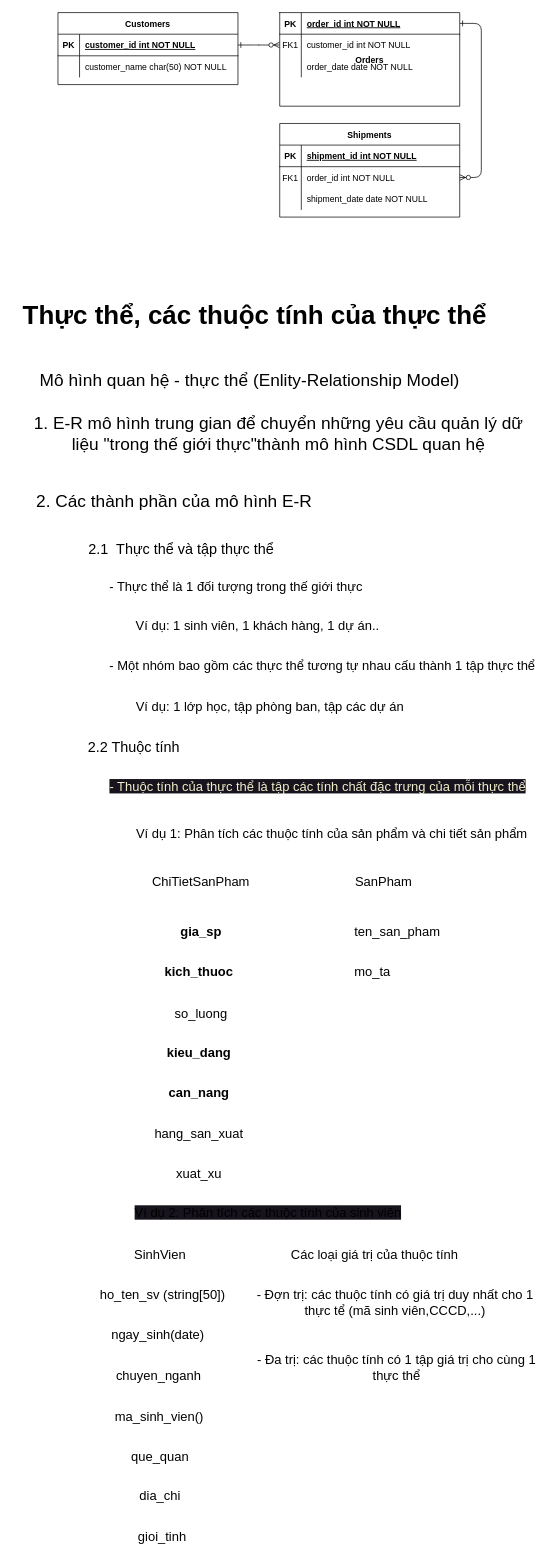
The draw.io diagram Buoi1.drawio in tuannguyen-1309/Draw, before the edit. Source tidied: cells renumbered, new cells numbered last; positions are measured from the earlier drawing's top-left corner, leaving out a move shared by most shapes. Both pictures are drawn from the tidied source at 72%, with x=0, y=0 at pixel (12, 12).
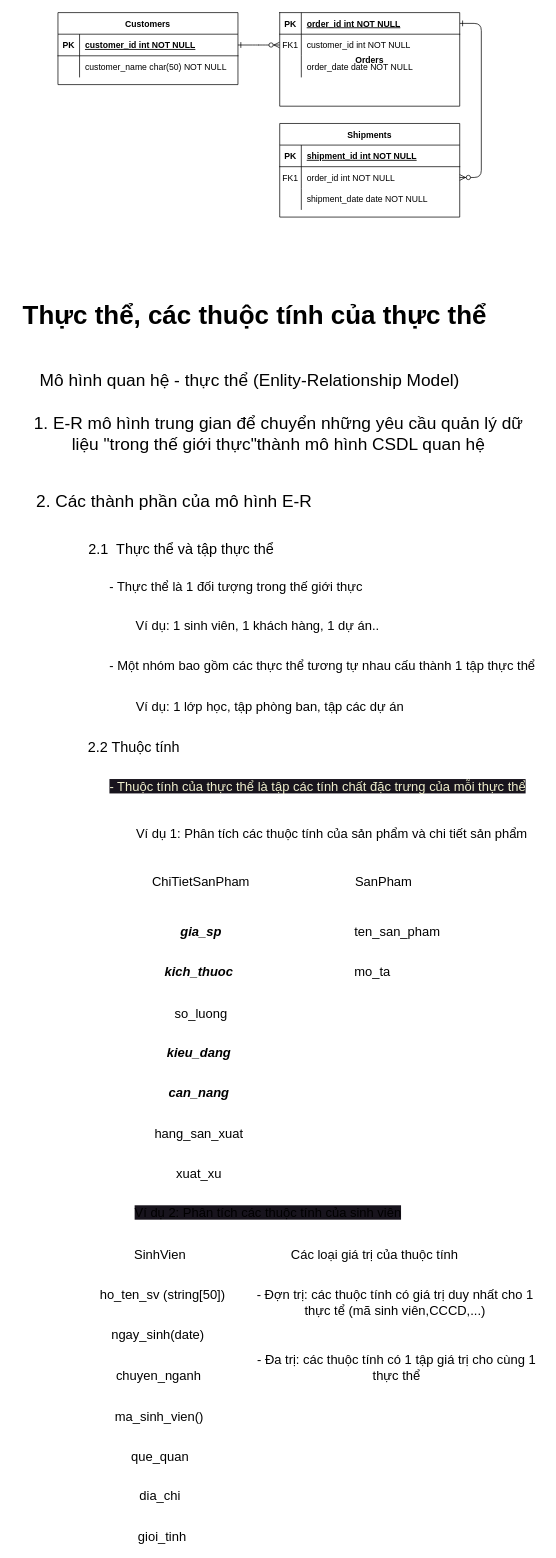
The same page after the edit.

What changed in the source:
```diff
@@
-    <mxCell id="45" value="&lt;div style=&quot;&quot;&gt;&lt;span style=&quot;background-color: initial; font-size: 18px;&quot;&gt;gia_sp&lt;/span&gt;&lt;/div&gt;" style="text;whiteSpace=wrap;html=1;fontStyle=1;align=center;" parent="1" vertex="1">
+    <mxCell id="45" value="&lt;div style=&quot;&quot;&gt;&lt;span style=&quot;background-color: initial; font-size: 18px;&quot;&gt;gia_sp&lt;/span&gt;&lt;/div&gt;" style="text;whiteSpace=wrap;html=1;fontStyle=3;align=center;" parent="1" vertex="1">
       <mxGeometry x="192" y="1260" width="140" height="42" as="geometry" />
     </mxCell>
@@
-    <mxCell id="47" value="&lt;div style=&quot;&quot;&gt;&lt;span style=&quot;background-color: initial; font-size: 18px;&quot;&gt;kich_thuoc&lt;/span&gt;&lt;/div&gt;" style="text;whiteSpace=wrap;html=1;fontStyle=1;align=center;" parent="1" vertex="1">
+    <mxCell id="47" value="&lt;div style=&quot;&quot;&gt;&lt;span style=&quot;background-color: initial; font-size: 18px;&quot;&gt;kich_thuoc&lt;/span&gt;&lt;/div&gt;" style="text;whiteSpace=wrap;html=1;fontStyle=3;align=center;" parent="1" vertex="1">
       <mxGeometry x="189" y="1316" width="140" height="42" as="geometry" />
     </mxCell>
@@
-    <mxCell id="50" value="&lt;div style=&quot;&quot;&gt;&lt;span style=&quot;background-color: initial; font-size: 18px;&quot;&gt;kieu_dang&lt;/span&gt;&lt;/div&gt;" style="text;whiteSpace=wrap;html=1;fontStyle=1;align=center;" parent="1" vertex="1">
+    <mxCell id="50" value="&lt;div style=&quot;&quot;&gt;&lt;span style=&quot;background-color: initial; font-size: 18px;&quot;&gt;kieu_dang&lt;/span&gt;&lt;/div&gt;" style="text;whiteSpace=wrap;html=1;fontStyle=3;align=center;" parent="1" vertex="1">
       <mxGeometry x="189" y="1428" width="140" height="42" as="geometry" />
     </mxCell>
-    <mxCell id="51" value="&lt;div style=&quot;&quot;&gt;&lt;span style=&quot;background-color: initial; font-size: 18px;&quot;&gt;can_nang&lt;/span&gt;&lt;/div&gt;" style="text;whiteSpace=wrap;html=1;fontStyle=1;align=center;" parent="1" vertex="1">
+    <mxCell id="51" value="&lt;div style=&quot;&quot;&gt;&lt;span style=&quot;background-color: initial; font-size: 18px;&quot;&gt;can_nang&lt;/span&gt;&lt;/div&gt;" style="text;whiteSpace=wrap;html=1;fontStyle=3;align=center;" parent="1" vertex="1">
       <mxGeometry x="189" y="1484" width="140" height="42" as="geometry" />
     </mxCell>
```
